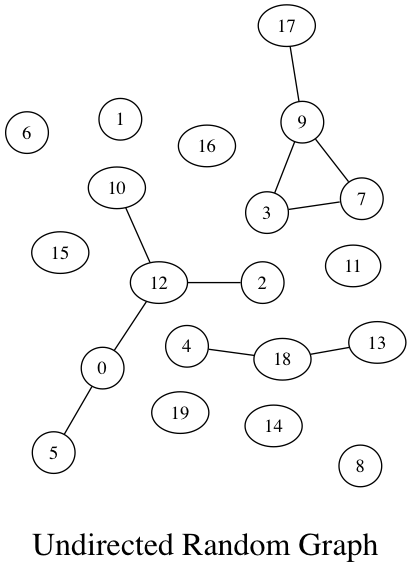
ThibaultLatrille/ComplexNetwork keeps this Graphviz diagram as SNAP_simple_test/graph_rdm_undirected.png. Above is the earlier version. Its source is kept beside it as SNAP_simple_test/graph_rdm_undirected.dot.
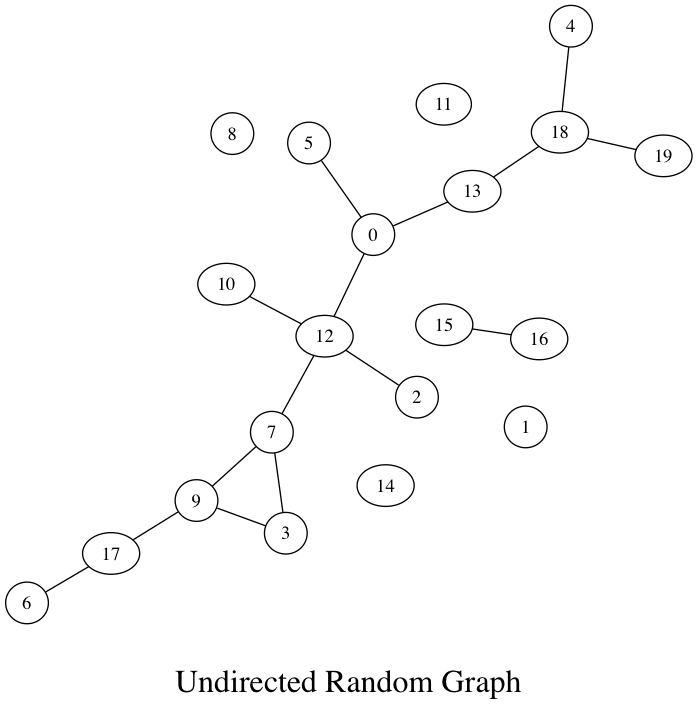
After the commit.

Change to the diagram source:
```diff
@@ -27,21 +27,22 @@
   19 ;
   0 -- 5;
   0 -- 12;
+  0 -- 13;
 1;
   2 -- 12;
   3 -- 7;
   3 -- 9;
   4 -- 18;
-6;
+  6 -- 17;
   7 -- 9;
+  7 -- 12;
 8;
   9 -- 17;
   10 -- 12;
 11;
   13 -- 18;
 14;
-15;
-16;
-19;
+  15 -- 16;
+  18 -- 19;
   label = "\nUndirected Random Graph\n";  fontsize=24;
 }
```
